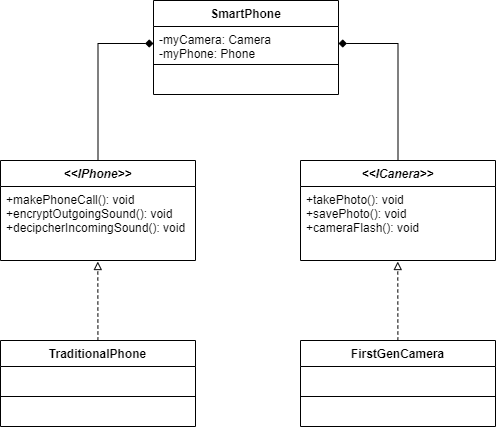
Before: Separation of concerns/Separation of Concern SmartPhone Class Diagram.png, a diagram exported from draw.io (smitbmx/Architecture-Diagrams). Source tidied: cells renumbered, new cells last; positions are measured from the earlier drawing's top-left corner, leaving out a move shared by most shapes. Source of this version:
```xml
<mxGraphModel>
  <root>
    <mxCell id="0" />
    <mxCell id="1" parent="0" />
    <mxCell id="2" value="SmartPhone" style="swimlane;fontStyle=1;align=center;verticalAlign=top;horizontal=1;startSize=26;" parent="1" vertex="1">
      <mxGeometry x="153" width="185" height="94" as="geometry" />
    </mxCell>
    <mxCell id="3" value="-myCamera: Camera&#10;-myPhone: Phone" style="text;strokeColor=none;fillColor=none;align=left;verticalAlign=top;spacingLeft=4;spacingRight=4;overflow=hidden;points=[[0,0.5],[1,0.5]];portConstraint=eastwest;" parent="2" vertex="1">
      <mxGeometry y="26" width="185" height="34" as="geometry" />
    </mxCell>
    <mxCell id="4" style="line;strokeWidth=1;fillColor=none;align=left;verticalAlign=middle;spacingTop=-1;spacingLeft=3;spacingRight=3;labelPosition=right;" parent="2" vertex="1">
      <mxGeometry y="60" width="185" height="8" as="geometry" />
    </mxCell>
    <mxCell id="5" value=" " style="text;strokeColor=none;fillColor=none;align=left;verticalAlign=top;spacingLeft=4;spacingRight=4;overflow=hidden;" parent="2" vertex="1">
      <mxGeometry y="68" width="185" height="26" as="geometry" />
    </mxCell>
    <mxCell id="6" value="&lt;&lt;IPhone&gt;&gt;" style="swimlane;fontStyle=3;align=center;verticalAlign=top;horizontal=1;startSize=26;" parent="1" vertex="1">
      <mxGeometry y="160" width="195" height="100" as="geometry" />
    </mxCell>
    <mxCell id="7" value="+makePhoneCall(): void&#10;+encryptOutgoingSound(): void&#10;+decipcherIncomingSound(): void" style="text;strokeColor=none;fillColor=none;align=left;verticalAlign=top;spacingLeft=4;spacingRight=4;overflow=hidden;points=[[0,0.5],[1,0.5]];portConstraint=eastwest;" parent="6" vertex="1">
      <mxGeometry y="26" width="195" height="74" as="geometry" />
    </mxCell>
    <mxCell id="8" value="&lt;&lt;ICanera&gt;&gt;" style="swimlane;fontStyle=3;align=center;verticalAlign=top;horizontal=1;startSize=26;" parent="1" vertex="1">
      <mxGeometry x="300" y="160" width="195" height="100" as="geometry" />
    </mxCell>
    <mxCell id="9" value="+takePhoto(): void&#10;+savePhoto(): void&#10;+cameraFlash(): void" style="text;strokeColor=none;fillColor=none;align=left;verticalAlign=top;spacingLeft=4;spacingRight=4;overflow=hidden;" parent="8" vertex="1">
      <mxGeometry y="26" width="195" height="74" as="geometry" />
    </mxCell>
    <mxCell id="10" value="TraditionalPhone" style="swimlane;fontStyle=1;align=center;verticalAlign=top;horizontal=1;startSize=26;" parent="1" vertex="1">
      <mxGeometry y="340" width="195" height="86" as="geometry" />
    </mxCell>
    <mxCell id="11" value=" " style="text;strokeColor=none;fillColor=none;align=left;verticalAlign=top;spacingLeft=4;spacingRight=4;overflow=hidden;" parent="10" vertex="1">
      <mxGeometry y="26" width="195" height="26" as="geometry" />
    </mxCell>
    <mxCell id="12" style="line;strokeWidth=1;fillColor=none;align=left;verticalAlign=middle;spacingTop=-1;spacingLeft=3;spacingRight=3;labelPosition=right;" parent="10" vertex="1">
      <mxGeometry y="52" width="195" height="8" as="geometry" />
    </mxCell>
    <mxCell id="13" value=" " style="text;strokeColor=none;fillColor=none;align=left;verticalAlign=top;spacingLeft=4;spacingRight=4;overflow=hidden;" parent="10" vertex="1">
      <mxGeometry y="60" width="195" height="26" as="geometry" />
    </mxCell>
    <mxCell id="14" value="FirstGenCamera" style="swimlane;fontStyle=1;align=center;verticalAlign=top;horizontal=1;startSize=26;" parent="1" vertex="1">
      <mxGeometry x="300" y="340" width="195" height="86" as="geometry" />
    </mxCell>
    <mxCell id="15" value=" " style="text;strokeColor=none;fillColor=none;align=left;verticalAlign=top;spacingLeft=4;spacingRight=4;overflow=hidden;" parent="14" vertex="1">
      <mxGeometry y="26" width="195" height="26" as="geometry" />
    </mxCell>
    <mxCell id="16" style="line;strokeWidth=1;fillColor=none;align=left;verticalAlign=middle;spacingTop=-1;spacingLeft=3;spacingRight=3;labelPosition=right;" parent="14" vertex="1">
      <mxGeometry y="52" width="195" height="8" as="geometry" />
    </mxCell>
    <mxCell id="17" value=" " style="text;strokeColor=none;fillColor=none;align=left;verticalAlign=top;spacingLeft=4;spacingRight=4;overflow=hidden;" parent="14" vertex="1">
      <mxGeometry y="60" width="195" height="26" as="geometry" />
    </mxCell>
    <mxCell id="18" style="endArrow=diamond;html=1;entryX=0;entryY=0.5;entryDx=0;entryDy=0;exitX=0.5;exitY=0;exitDx=0;exitDy=0;edgeStyle=orthogonalEdgeStyle;rounded=0;endFill=1;" parent="1" edge="1" source="6" target="3">
      <mxGeometry relative="1" as="geometry" />
    </mxCell>
    <mxCell id="19" style="endArrow=none;html=1;exitX=1;exitY=0.5;exitDx=0;exitDy=0;entryX=0.5;entryY=0;entryDx=0;entryDy=0;edgeStyle=orthogonalEdgeStyle;rounded=0;startArrow=diamond;startFill=1;" parent="1" edge="1" source="3" target="8">
      <mxGeometry relative="1" as="geometry" />
    </mxCell>
    <mxCell id="20" style="endArrow=block;dashed=1;html=1;entryX=0.499;entryY=1.014;entryDx=0;entryDy=0;entryPerimeter=0;endFill=0;" parent="1" edge="1" source="10" target="7">
      <mxGeometry relative="1" as="geometry" />
    </mxCell>
    <mxCell id="21" style="endArrow=block;dashed=1;html=1;entryX=0.499;entryY=1.014;entryDx=0;entryDy=0;entryPerimeter=0;endFill=0;" parent="1" edge="1">
      <mxGeometry relative="1" as="geometry">
        <mxPoint x="397.4" y="340" as="sourcePoint" />
        <mxPoint x="397.3" y="261" as="targetPoint" />
      </mxGeometry>
    </mxCell>
  </root>
</mxGraphModel>
```
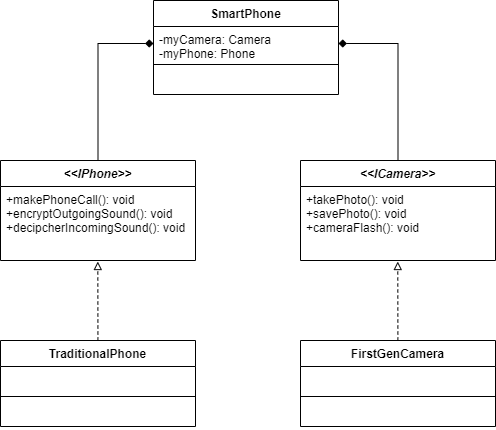
After the commit.

Diff of the diagram source:
```diff
@@ -20,7 +20,7 @@
     <mxCell id="7" value="+makePhoneCall(): void&#10;+encryptOutgoingSound(): void&#10;+decipcherIncomingSound(): void" style="text;strokeColor=none;fillColor=none;align=left;verticalAlign=top;spacingLeft=4;spacingRight=4;overflow=hidden;points=[[0,0.5],[1,0.5]];portConstraint=eastwest;" parent="6" vertex="1">
       <mxGeometry y="26" width="195" height="74" as="geometry" />
     </mxCell>
-    <mxCell id="8" value="&lt;&lt;ICanera&gt;&gt;" style="swimlane;fontStyle=3;align=center;verticalAlign=top;horizontal=1;startSize=26;" parent="1" vertex="1">
+    <mxCell id="8" value="&lt;&lt;ICamera&gt;&gt;" style="swimlane;fontStyle=3;align=center;verticalAlign=top;horizontal=1;startSize=26;" parent="1" vertex="1">
       <mxGeometry x="300" y="160" width="195" height="100" as="geometry" />
     </mxCell>
     <mxCell id="9" value="+takePhoto(): void&#10;+savePhoto(): void&#10;+cameraFlash(): void" style="text;strokeColor=none;fillColor=none;align=left;verticalAlign=top;spacingLeft=4;spacingRight=4;overflow=hidden;" parent="8" vertex="1">
```
